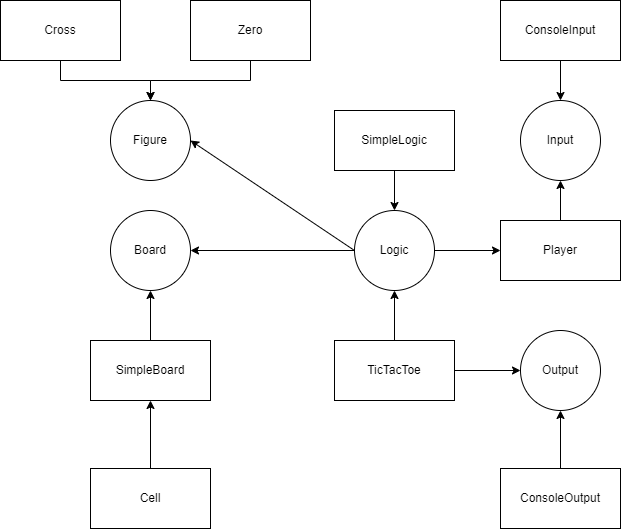
svoh86/job4j_design keeps this draw.io diagram as src/main/resources/TicTacToe.png. Above is the earlier version. Source tidied: cells renumbered, new cells last; positions are measured from the earlier drawing's top-left corner, leaving out a move shared by most shapes. The source it was exported from:
```xml
<mxGraphModel>
  <root>
    <mxCell id="0" />
    <mxCell id="1" parent="0" />
    <mxCell id="2" style="edgeStyle=orthogonalEdgeStyle;rounded=0;jettySize=auto;html=1;" parent="1" edge="1" source="4" target="15">
      <mxGeometry relative="1" as="geometry" />
    </mxCell>
    <mxCell id="3" style="edgeStyle=orthogonalEdgeStyle;rounded=0;jettySize=auto;html=1;" parent="1" edge="1" source="4" target="7">
      <mxGeometry relative="1" as="geometry" />
    </mxCell>
    <mxCell id="4" value="TicTacToe" style="rounded=0;whiteSpace=wrap;html=1;" parent="1" vertex="1">
      <mxGeometry x="334" y="340" width="120" height="60" as="geometry" />
    </mxCell>
    <mxCell id="5" style="edgeStyle=orthogonalEdgeStyle;rounded=0;jettySize=auto;html=1;entryX=1;entryY=0.5;entryDx=0;entryDy=0;" parent="1" edge="1" source="7" target="23">
      <mxGeometry relative="1" as="geometry" />
    </mxCell>
    <mxCell id="6" style="edgeStyle=orthogonalEdgeStyle;rounded=0;jettySize=auto;html=1;" parent="1" edge="1" source="7" target="11">
      <mxGeometry relative="1" as="geometry" />
    </mxCell>
    <mxCell id="7" value="Logic" style="ellipse;whiteSpace=wrap;html=1;" parent="1" vertex="1">
      <mxGeometry x="354" y="210" width="80" height="80" as="geometry" />
    </mxCell>
    <mxCell id="8" style="edgeStyle=orthogonalEdgeStyle;rounded=0;jettySize=auto;html=1;" parent="1" edge="1" source="9" target="7">
      <mxGeometry relative="1" as="geometry" />
    </mxCell>
    <mxCell id="9" value="SimpleLogic" style="rounded=0;whiteSpace=wrap;html=1;" parent="1" vertex="1">
      <mxGeometry x="334" y="110" width="120" height="60" as="geometry" />
    </mxCell>
    <mxCell id="10" style="edgeStyle=orthogonalEdgeStyle;rounded=0;jettySize=auto;html=1;" parent="1" edge="1" source="11" target="12">
      <mxGeometry relative="1" as="geometry" />
    </mxCell>
    <mxCell id="11" value="Player" style="rounded=0;whiteSpace=wrap;html=1;" parent="1" vertex="1">
      <mxGeometry x="500" y="220" width="120" height="60" as="geometry" />
    </mxCell>
    <mxCell id="12" value="Input" style="ellipse;whiteSpace=wrap;html=1;" parent="1" vertex="1">
      <mxGeometry x="520" y="100" width="80" height="80" as="geometry" />
    </mxCell>
    <mxCell id="13" style="edgeStyle=orthogonalEdgeStyle;rounded=0;jettySize=auto;html=1;" parent="1" edge="1" source="14" target="12">
      <mxGeometry relative="1" as="geometry" />
    </mxCell>
    <mxCell id="14" value="ConsoleInput" style="rounded=0;whiteSpace=wrap;html=1;" parent="1" vertex="1">
      <mxGeometry x="500" width="120" height="60" as="geometry" />
    </mxCell>
    <mxCell id="15" value="Output" style="ellipse;whiteSpace=wrap;html=1;" parent="1" vertex="1">
      <mxGeometry x="520" y="330" width="80" height="80" as="geometry" />
    </mxCell>
    <mxCell id="16" style="edgeStyle=orthogonalEdgeStyle;rounded=0;jettySize=auto;html=1;" parent="1" edge="1" source="17" target="15">
      <mxGeometry relative="1" as="geometry" />
    </mxCell>
    <mxCell id="17" value="ConsoleOutput" style="rounded=0;whiteSpace=wrap;html=1;" parent="1" vertex="1">
      <mxGeometry x="500" y="468" width="120" height="60" as="geometry" />
    </mxCell>
    <mxCell id="18" value="Figure" style="ellipse;whiteSpace=wrap;html=1;" parent="1" vertex="1">
      <mxGeometry x="110" y="100" width="80" height="80" as="geometry" />
    </mxCell>
    <mxCell id="19" style="edgeStyle=orthogonalEdgeStyle;rounded=0;jettySize=auto;html=1;entryX=0.5;entryY=0;entryDx=0;entryDy=0;" parent="1" edge="1" source="20" target="18">
      <mxGeometry relative="1" as="geometry" />
    </mxCell>
    <mxCell id="20" value="Cross" style="rounded=0;whiteSpace=wrap;html=1;" parent="1" vertex="1">
      <mxGeometry width="120" height="60" as="geometry" />
    </mxCell>
    <mxCell id="21" style="edgeStyle=orthogonalEdgeStyle;rounded=0;jettySize=auto;html=1;entryX=0.5;entryY=0;entryDx=0;entryDy=0;" parent="1" edge="1" source="22" target="18">
      <mxGeometry relative="1" as="geometry" />
    </mxCell>
    <mxCell id="22" value="Zero" style="rounded=0;whiteSpace=wrap;html=1;" parent="1" vertex="1">
      <mxGeometry x="190" width="120" height="60" as="geometry" />
    </mxCell>
    <mxCell id="23" value="Board" style="ellipse;whiteSpace=wrap;html=1;" parent="1" vertex="1">
      <mxGeometry x="110" y="210" width="80" height="80" as="geometry" />
    </mxCell>
    <mxCell id="24" style="edgeStyle=orthogonalEdgeStyle;rounded=0;jettySize=auto;html=1;" parent="1" edge="1" source="25" target="23">
      <mxGeometry relative="1" as="geometry" />
    </mxCell>
    <mxCell id="25" value="SimpleBoard" style="rounded=0;whiteSpace=wrap;html=1;" parent="1" vertex="1">
      <mxGeometry x="90" y="340" width="120" height="60" as="geometry" />
    </mxCell>
    <mxCell id="26" style="edgeStyle=orthogonalEdgeStyle;rounded=0;jettySize=auto;html=1;" parent="1" edge="1" source="27" target="25">
      <mxGeometry relative="1" as="geometry" />
    </mxCell>
    <mxCell id="27" value="Cell" style="rounded=0;whiteSpace=wrap;html=1;" parent="1" vertex="1">
      <mxGeometry x="90" y="468" width="120" height="60" as="geometry" />
    </mxCell>
    <mxCell id="28" style="endArrow=classic;html=1;rounded=0;exitX=0;exitY=0.5;exitDx=0;exitDy=0;entryX=1;entryY=0.5;entryDx=0;entryDy=0;" parent="1" edge="1" source="7" target="18">
      <mxGeometry relative="1" as="geometry" />
    </mxCell>
  </root>
</mxGraphModel>
```
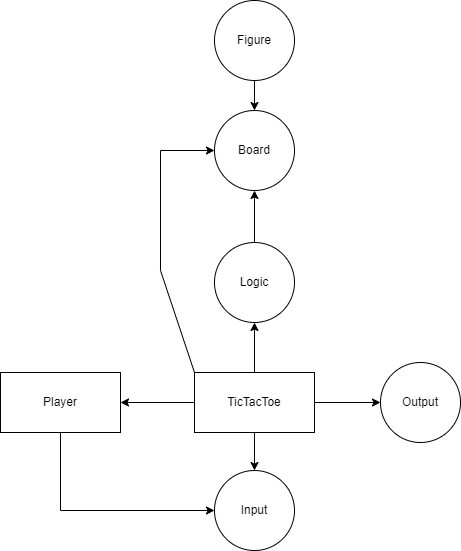
The same file after the commit.

Commit message:
Крестики-нолики. Тестовое задание. [#793 #319637]

Diff of the diagram source:
```diff
@@ -8,80 +8,53 @@
     <mxCell id="3" style="edgeStyle=orthogonalEdgeStyle;rounded=0;jettySize=auto;html=1;" parent="1" edge="1" source="4" target="7">
       <mxGeometry relative="1" as="geometry" />
     </mxCell>
+    <mxCell id="29" style="edgeStyle=orthogonalEdgeStyle;rounded=0;jettySize=auto;html=1;" parent="1" edge="1" source="4" target="12">
+      <mxGeometry relative="1" as="geometry" />
+    </mxCell>
+    <mxCell id="30" style="edgeStyle=orthogonalEdgeStyle;rounded=0;jettySize=auto;html=1;" parent="1" edge="1" source="4" target="11">
+      <mxGeometry relative="1" as="geometry" />
+    </mxCell>
     <mxCell id="4" value="TicTacToe" style="rounded=0;whiteSpace=wrap;html=1;" parent="1" vertex="1">
       <mxGeometry x="334" y="340" width="120" height="60" as="geometry" />
     </mxCell>
-    <mxCell id="5" style="edgeStyle=orthogonalEdgeStyle;rounded=0;jettySize=auto;html=1;entryX=1;entryY=0.5;entryDx=0;entryDy=0;" parent="1" edge="1" source="7" target="23">
+    <mxCell id="5" style="edgeStyle=orthogonalEdgeStyle;rounded=0;jettySize=auto;html=1;entryX=0.5;entryY=1;entryDx=0;entryDy=0;" parent="1" edge="1" source="7" target="23">
       <mxGeometry relative="1" as="geometry" />
     </mxCell>
-    <mxCell id="6" style="edgeStyle=orthogonalEdgeStyle;rounded=0;jettySize=auto;html=1;" parent="1" edge="1" source="7" target="11">
-      <mxGeometry relative="1" as="geometry" />
-    </mxCell>
     <mxCell id="7" value="Logic" style="ellipse;whiteSpace=wrap;html=1;" parent="1" vertex="1">
       <mxGeometry x="354" y="210" width="80" height="80" as="geometry" />
     </mxCell>
-    <mxCell id="8" style="edgeStyle=orthogonalEdgeStyle;rounded=0;jettySize=auto;html=1;" parent="1" edge="1" source="9" target="7">
-      <mxGeometry relative="1" as="geometry" />
-    </mxCell>
-    <mxCell id="9" value="SimpleLogic" style="rounded=0;whiteSpace=wrap;html=1;" parent="1" vertex="1">
-      <mxGeometry x="334" y="110" width="120" height="60" as="geometry" />
-    </mxCell>
     <mxCell id="10" style="edgeStyle=orthogonalEdgeStyle;rounded=0;jettySize=auto;html=1;" parent="1" edge="1" source="11" target="12">
-      <mxGeometry relative="1" as="geometry" />
+      <mxGeometry relative="1" as="geometry">
+        <Array as="points">
+          <mxPoint x="200" y="478" />
+        </Array>
+      </mxGeometry>
     </mxCell>
     <mxCell id="11" value="Player" style="rounded=0;whiteSpace=wrap;html=1;" parent="1" vertex="1">
-      <mxGeometry x="500" y="220" width="120" height="60" as="geometry" />
+      <mxGeometry x="140" y="340" width="120" height="60" as="geometry" />
     </mxCell>
     <mxCell id="12" value="Input" style="ellipse;whiteSpace=wrap;html=1;" parent="1" vertex="1">
-      <mxGeometry x="520" y="100" width="80" height="80" as="geometry" />
+      <mxGeometry x="354" y="438" width="80" height="80" as="geometry" />
     </mxCell>
-    <mxCell id="13" style="edgeStyle=orthogonalEdgeStyle;rounded=0;jettySize=auto;html=1;" parent="1" edge="1" source="14" target="12">
-      <mxGeometry relative="1" as="geometry" />
-    </mxCell>
-    <mxCell id="14" value="ConsoleInput" style="rounded=0;whiteSpace=wrap;html=1;" parent="1" vertex="1">
-      <mxGeometry x="500" width="120" height="60" as="geometry" />
-    </mxCell>
     <mxCell id="15" value="Output" style="ellipse;whiteSpace=wrap;html=1;" parent="1" vertex="1">
       <mxGeometry x="520" y="330" width="80" height="80" as="geometry" />
     </mxCell>
-    <mxCell id="16" style="edgeStyle=orthogonalEdgeStyle;rounded=0;jettySize=auto;html=1;" parent="1" edge="1" source="17" target="15">
-      <mxGeometry relative="1" as="geometry" />
-    </mxCell>
-    <mxCell id="17" value="ConsoleOutput" style="rounded=0;whiteSpace=wrap;html=1;" parent="1" vertex="1">
-      <mxGeometry x="500" y="468" width="120" height="60" as="geometry" />
-    </mxCell>
+    <mxCell id="31" style="edgeStyle=orthogonalEdgeStyle;rounded=0;jettySize=auto;html=1;" parent="1" edge="1" source="18" target="23">
+      <mxGeometry relative="1" as="geometry" />
+    </mxCell>
     <mxCell id="18" value="Figure" style="ellipse;whiteSpace=wrap;html=1;" parent="1" vertex="1">
-      <mxGeometry x="110" y="100" width="80" height="80" as="geometry" />
+      <mxGeometry x="354" y="-32" width="80" height="80" as="geometry" />
     </mxCell>
-    <mxCell id="19" style="edgeStyle=orthogonalEdgeStyle;rounded=0;jettySize=auto;html=1;entryX=0.5;entryY=0;entryDx=0;entryDy=0;" parent="1" edge="1" source="20" target="18">
-      <mxGeometry relative="1" as="geometry" />
-    </mxCell>
-    <mxCell id="20" value="Cross" style="rounded=0;whiteSpace=wrap;html=1;" parent="1" vertex="1">
-      <mxGeometry width="120" height="60" as="geometry" />
-    </mxCell>
-    <mxCell id="21" style="edgeStyle=orthogonalEdgeStyle;rounded=0;jettySize=auto;html=1;entryX=0.5;entryY=0;entryDx=0;entryDy=0;" parent="1" edge="1" source="22" target="18">
-      <mxGeometry relative="1" as="geometry" />
-    </mxCell>
-    <mxCell id="22" value="Zero" style="rounded=0;whiteSpace=wrap;html=1;" parent="1" vertex="1">
-      <mxGeometry x="190" width="120" height="60" as="geometry" />
-    </mxCell>
     <mxCell id="23" value="Board" style="ellipse;whiteSpace=wrap;html=1;" parent="1" vertex="1">
-      <mxGeometry x="110" y="210" width="80" height="80" as="geometry" />
+      <mxGeometry x="354" y="78" width="80" height="80" as="geometry" />
     </mxCell>
-    <mxCell id="24" style="edgeStyle=orthogonalEdgeStyle;rounded=0;jettySize=auto;html=1;" parent="1" edge="1" source="25" target="23">
-      <mxGeometry relative="1" as="geometry" />
-    </mxCell>
-    <mxCell id="25" value="SimpleBoard" style="rounded=0;whiteSpace=wrap;html=1;" parent="1" vertex="1">
-      <mxGeometry x="90" y="340" width="120" height="60" as="geometry" />
-    </mxCell>
-    <mxCell id="26" style="edgeStyle=orthogonalEdgeStyle;rounded=0;jettySize=auto;html=1;" parent="1" edge="1" source="27" target="25">
-      <mxGeometry relative="1" as="geometry" />
-    </mxCell>
-    <mxCell id="27" value="Cell" style="rounded=0;whiteSpace=wrap;html=1;" parent="1" vertex="1">
-      <mxGeometry x="90" y="468" width="120" height="60" as="geometry" />
-    </mxCell>
-    <mxCell id="28" style="endArrow=classic;html=1;rounded=0;exitX=0;exitY=0.5;exitDx=0;exitDy=0;entryX=1;entryY=0.5;entryDx=0;entryDy=0;" parent="1" edge="1" source="7" target="18">
-      <mxGeometry relative="1" as="geometry" />
-    </mxCell>
+    <mxCell id="32" style="endArrow=classic;html=1;rounded=0;exitX=0;exitY=0;exitDx=0;exitDy=0;entryX=0;entryY=0.5;entryDx=0;entryDy=0;" parent="1" edge="1" source="4" target="23">
+      <mxGeometry relative="1" as="geometry">
+        <Array as="points">
+          <mxPoint x="300" y="238" />
+          <mxPoint x="300" y="118" />
+        </Array>
+      </mxGeometry>
+    </mxCell>
   </root>
 </mxGraphModel>
```
